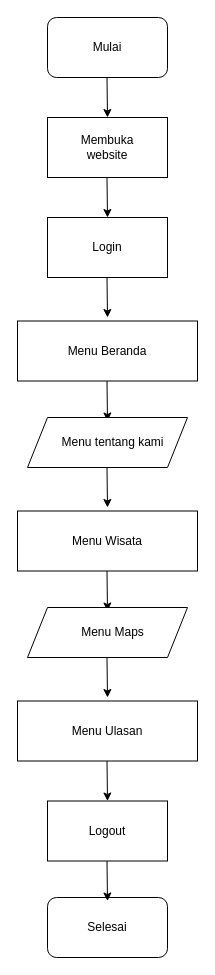
The draw.io diagram page "Page-66" (3 of 62) of Untitled Diagram.drawio in Jeremia0910/SJSI, before the edit. Source tidied: cells renumbered, new cells numbered last; positions are measured from the earlier drawing's top-left corner, leaving out a move shared by most shapes. Both pictures are drawn from the tidied source at 100%, with x=0, y=0 at pixel (17, 17).
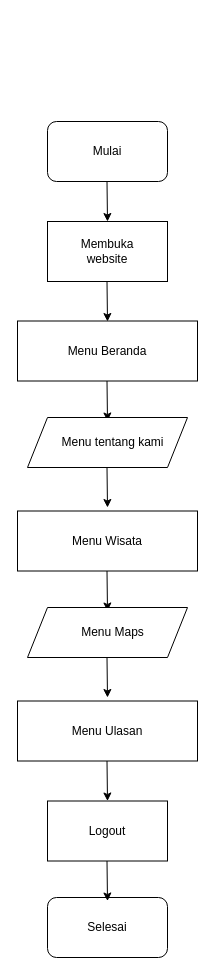
The same diagram, later.

What changed in the source:
```diff
@@
     <mxCell id="2" value="Mulai" style="rounded=1;whiteSpace=wrap;html=1;gradientColor=default;fillColor=none;glass=0;shadow=0;" parent="1" vertex="1">
-      <mxGeometry x="30" width="120" height="60" as="geometry" />
+      <mxGeometry x="30" y="104" width="120" height="60" as="geometry" />
     </mxCell>
     <mxCell id="3" style="endArrow=classic;html=1;rounded=0;" parent="1" edge="1">
       <mxGeometry relative="1" as="geometry">
-        <mxPoint x="89.5" y="60" as="sourcePoint" />
-        <mxPoint x="90" y="100" as="targetPoint" />
+        <mxPoint x="89.5" y="164" as="sourcePoint" />
+        <mxPoint x="90" y="204" as="targetPoint" />
       </mxGeometry>
     </mxCell>
     <mxCell id="4" value="&lt;div&gt;Membuka &lt;br&gt;&lt;/div&gt;&lt;div&gt;website&lt;br&gt;&lt;/div&gt;" style="rounded=0;whiteSpace=wrap;html=1;" parent="1" vertex="1">
-      <mxGeometry x="30" y="100" width="120" height="60" as="geometry" />
+      <mxGeometry x="30" y="204" width="120" height="60" as="geometry" />
     </mxCell>
     <mxCell id="5" style="endArrow=classic;html=1;rounded=0;" parent="1" edge="1">
       <mxGeometry relative="1" as="geometry">
-        <mxPoint x="89.5" y="160" as="sourcePoint" />
-        <mxPoint x="90" y="200" as="targetPoint" />
+        <mxPoint x="89.5" y="264" as="sourcePoint" />
+        <mxPoint x="90" y="304" as="targetPoint" />
       </mxGeometry>
     </mxCell>
-    <mxCell id="6" value="Login" style="rounded=0;whiteSpace=wrap;html=1;" parent="1" vertex="1">
-      <mxGeometry x="30" y="200" width="120" height="60" as="geometry" />
-    </mxCell>
-    <mxCell id="7" style="endArrow=classic;html=1;rounded=0;" parent="1" edge="1">
-      <mxGeometry relative="1" as="geometry">
-        <mxPoint x="89.5" y="260" as="sourcePoint" />
-        <mxPoint x="90" y="300" as="targetPoint" />
-      </mxGeometry>
-    </mxCell>
```
